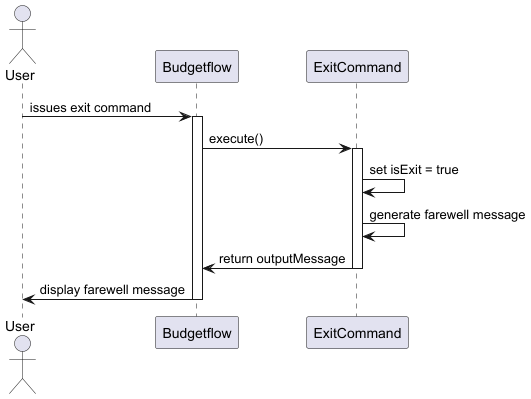
thienkimtranhoang/tp keeps this PlantUML diagram as docs/diagrams/exit_command_sequence_diagram.png. Above is the earlier version. Source of this version:
```plantuml
@startuml
actor User
participant "Budgetflow" as B
participant "ExitCommand" as E

User -> B: issues exit command
activate B

B -> E: execute()
activate E

E -> E: set isExit = true
E -> E: generate farewell message
E -> B: return outputMessage
deactivate E

B -> User: display farewell message
deactivate B

@enduml
```
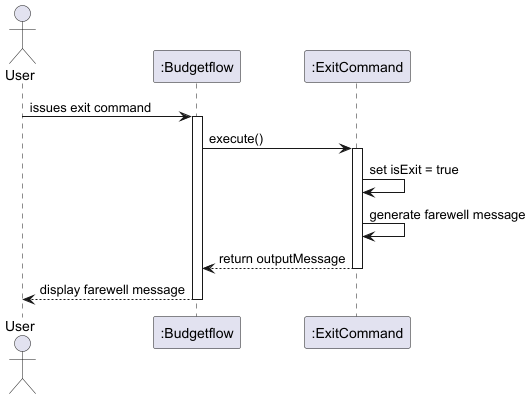
Later version of the same file.

Change to the diagram source:
```diff
@@ -1,7 +1,7 @@
 @startuml
 actor User
-participant "Budgetflow" as B
-participant "ExitCommand" as E
+participant ":Budgetflow" as B
+participant ":ExitCommand" as E
 
 User -> B: issues exit command
 activate B
@@ -11,10 +11,10 @@
 
 E -> E: set isExit = true
 E -> E: generate farewell message
-E -> B: return outputMessage
+E --> B: return outputMessage
 deactivate E
 
-B -> User: display farewell message
+B --> User: display farewell message
 deactivate B
 
 @enduml
```
